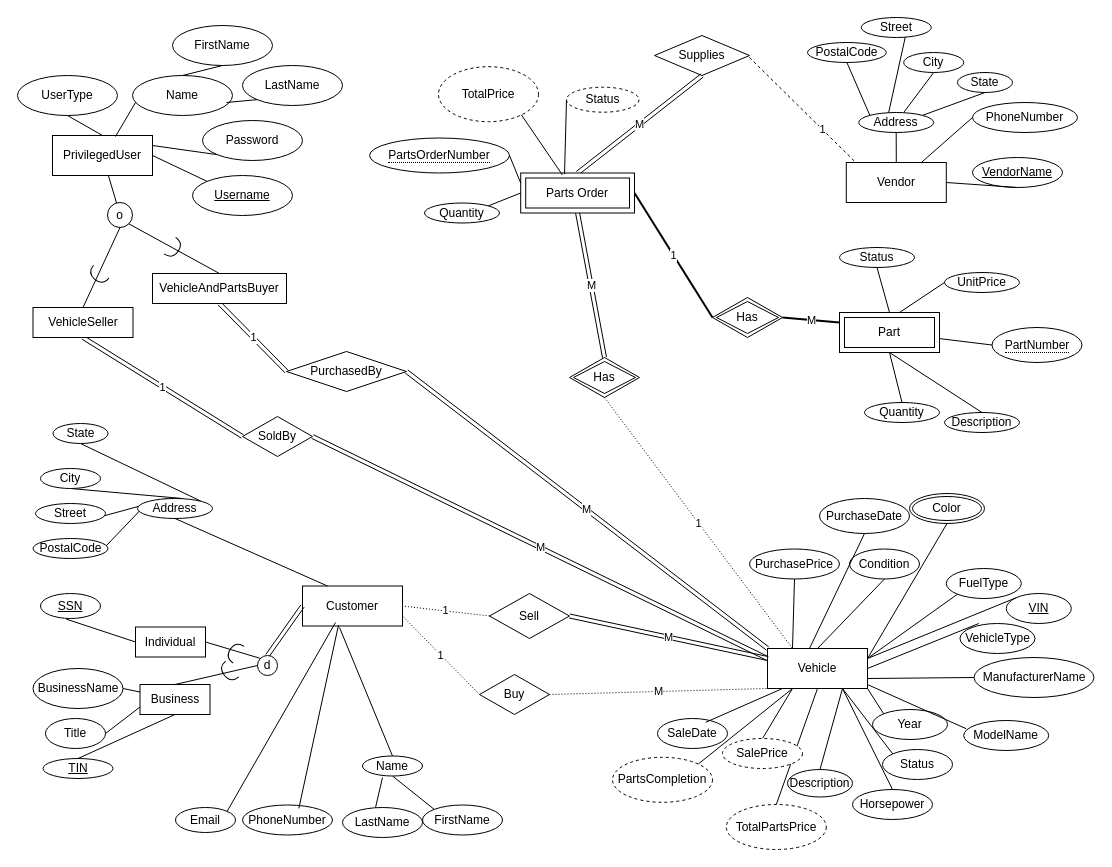
rkang427/autodb keeps this draw.io diagram as Phase_1/team006_p1_eer.drawio. Above is the earlier version. Source tidied: cells renumbered, new cells numbered last; positions are measured from the earlier drawing's top-left corner, leaving out a move shared by most shapes. Both pictures are drawn from the tidied source at 100%, with x=0, y=0 at pixel (17, 17).
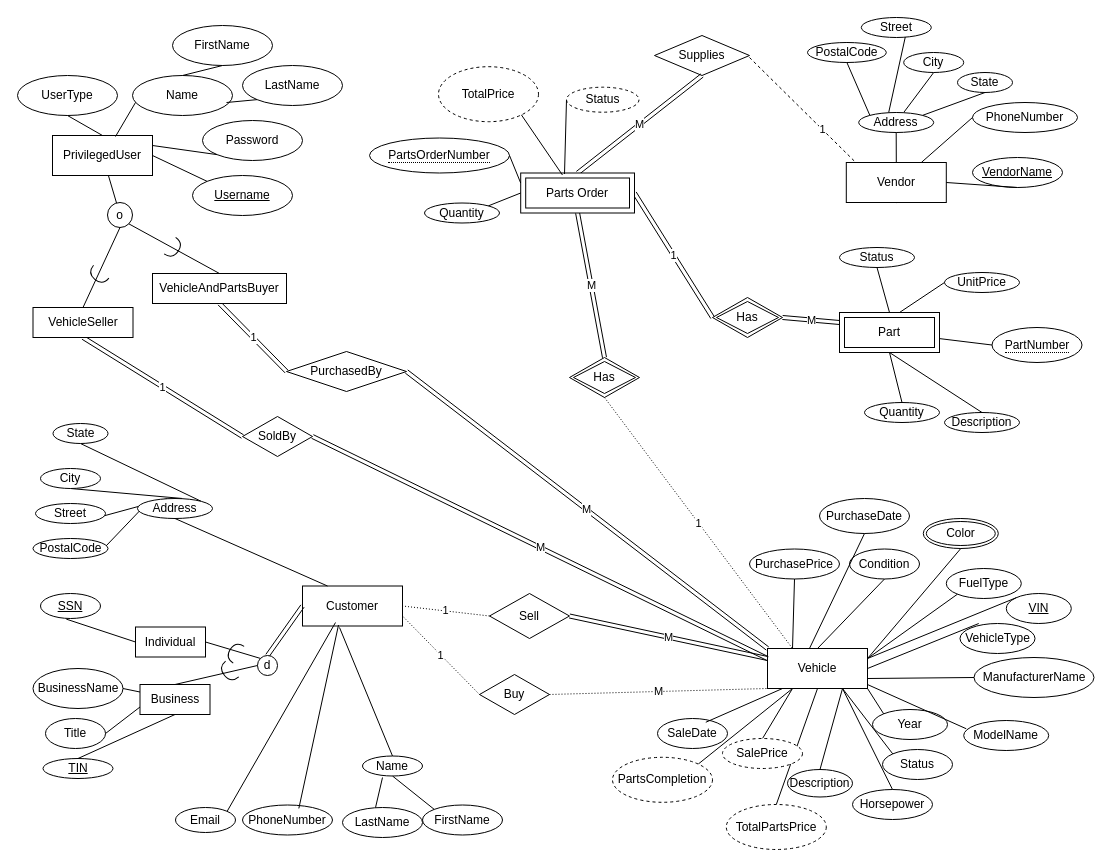
The same page after the edit.

Unchanged cells that the change refers to:
```xml
<mxCell id="59" value="Has" style="shape=rhombus;double=1;perimeter=rhombusPerimeter;whiteSpace=wrap;html=1;align=center;" parent="1" vertex="1">
  <mxGeometry x="695" y="280" width="70" height="40" as="geometry" />
</mxCell>
<mxCell id="136" value="Parts Order" style="shape=ext;margin=3;double=1;whiteSpace=wrap;html=1;align=center;" parent="135" vertex="1">
  <mxGeometry x="151.2" y="106.3" width="113.8" height="40" as="geometry" />
</mxCell>
<mxCell id="146" value="Part" style="shape=ext;margin=3;double=1;whiteSpace=wrap;html=1;align=center;" parent="145" vertex="1">
  <mxGeometry y="65" width="100" height="40" as="geometry" />
</mxCell>
```

Change to the diagram source:
```diff
@@
     <mxCell id="46" value="Color" style="ellipse;shape=doubleEllipse;margin=3;whiteSpace=wrap;html=1;align=center;" parent="1" vertex="1">
-      <mxGeometry x="892" y="476" width="75" height="30" as="geometry" />
+      <mxGeometry x="905.8" y="501" width="75" height="30" as="geometry" />
     </mxCell>
@@
-    <mxCell id="63" value="1" style="endArrow=none;html=1;rounded=0;exitX=0;exitY=0.5;exitDx=0;exitDy=0;entryX=1;entryY=0.5;entryDx=0;entryDy=0;strokeWidth=2;" parent="1" edge="1" source="59" target="136">
+    <mxCell id="63" value="1" style="endArrow=none;html=1;rounded=0;exitX=0;exitY=0.5;exitDx=0;exitDy=0;entryX=1;entryY=0.5;entryDx=0;entryDy=0;strokeWidth=1;shape=link;" parent="1" edge="1" source="59" target="136">
       <mxGeometry relative="1" as="geometry" />
     </mxCell>
@@
-    <mxCell id="66" value="M" style="endArrow=none;html=1;rounded=0;entryX=0;entryY=0.25;entryDx=0;entryDy=0;exitX=1;exitY=0.5;exitDx=0;exitDy=0;strokeWidth=2;" parent="1" edge="1" source="59" target="146">
+    <mxCell id="66" value="M" style="endArrow=none;html=1;rounded=0;entryX=0;entryY=0.25;entryDx=0;entryDy=0;exitX=1;exitY=0.5;exitDx=0;exitDy=0;strokeWidth=1;shape=link;" parent="1" edge="1" source="59" target="146">
       <mxGeometry relative="1" as="geometry" />
     </mxCell>
```
